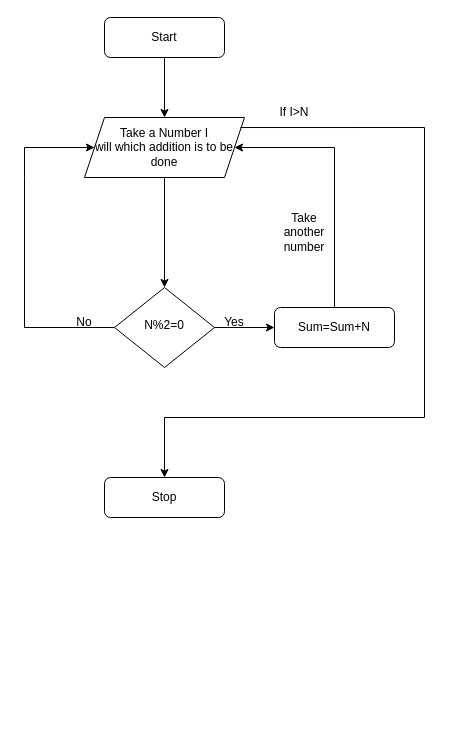
Before: RedmineGit/Day1/bhavik/sumofevennos.drawio in bhavik426/work, a draw.io diagram. Source tidied: cells renumbered, new cells numbered last; positions are measured from the earlier drawing's top-left corner, leaving out a move shared by most shapes. Both pictures are drawn from the tidied source at 100%, with x=0, y=0 at pixel (24, 17).
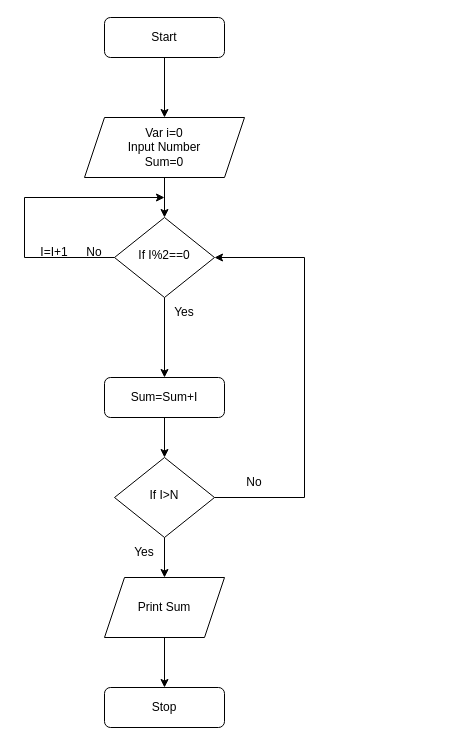
The same diagram, later.

Change to the diagram source:
```diff
@@
-    <mxCell id="3" value="N%2=0" style="rhombus;whiteSpace=wrap;html=1;shadow=0;fontFamily=Helvetica;fontSize=12;align=center;strokeWidth=1;spacing=6;spacingTop=-4;" parent="1" vertex="1">
-      <mxGeometry x="90" y="270" width="100" height="80" as="geometry" />
+    <mxCell id="3" value="If I%2==0" style="rhombus;whiteSpace=wrap;html=1;shadow=0;fontFamily=Helvetica;fontSize=12;align=center;strokeWidth=1;spacing=6;spacingTop=-4;" parent="1" vertex="1">
+      <mxGeometry x="90" y="200" width="100" height="80" as="geometry" />
     </mxCell>
     <mxCell id="4" value="Stop" style="rounded=1;whiteSpace=wrap;html=1;fontSize=12;glass=0;strokeWidth=1;shadow=0;" parent="1" vertex="1">
-      <mxGeometry x="80" y="460" width="120" height="40" as="geometry" />
+      <mxGeometry x="80" y="670" width="120" height="40" as="geometry" />
     </mxCell>
-    <mxCell id="5" value="Sum=Sum+N" style="rounded=1;whiteSpace=wrap;html=1;fontSize=12;glass=0;strokeWidth=1;shadow=0;" parent="1" vertex="1">
-      <mxGeometry x="250" y="290" width="120" height="40" as="geometry" />
+    <mxCell id="5" value="Sum=Sum+I" style="rounded=1;whiteSpace=wrap;html=1;fontSize=12;glass=0;strokeWidth=1;shadow=0;" parent="1" vertex="1">
+      <mxGeometry x="80" y="360" width="120" height="40" as="geometry" />
     </mxCell>
-    <mxCell id="6" value="Take a Number I&lt;br&gt;will which addition is to be done" style="shape=parallelogram;perimeter=parallelogramPerimeter;whiteSpace=wrap;html=1;fixedSize=1;" parent="1" vertex="1">
+    <mxCell id="6" value="Var i=0&lt;br&gt;Input Number&lt;br&gt;Sum=0" style="shape=parallelogram;perimeter=parallelogramPerimeter;whiteSpace=wrap;html=1;fixedSize=1;" parent="1" vertex="1">
       <mxGeometry x="60" y="100" width="160" height="60" as="geometry" />
     </mxCell>
@@
-    <mxCell id="9" style="endArrow=classic;html=1;rounded=0;exitX=0.5;exitY=0;exitDx=0;exitDy=0;entryX=1;entryY=0.5;entryDx=0;entryDy=0;" parent="1" edge="1" source="5" target="6">
-      <mxGeometry relative="1" as="geometry">
-        <Array as="points">
-          <mxPoint x="310" y="130" />
-        </Array>
-      </mxGeometry>
-    </mxCell>
-    <mxCell id="10" style="endArrow=classic;html=1;rounded=0;exitX=1;exitY=0.5;exitDx=0;exitDy=0;entryX=0;entryY=0.5;entryDx=0;entryDy=0;" parent="1" edge="1" source="3" target="5">
+    <mxCell id="10" style="endArrow=classic;html=1;rounded=0;exitX=0.5;exitY=1;exitDx=0;exitDy=0;entryX=0.5;entryY=0;entryDx=0;entryDy=0;" parent="1" edge="1" source="3" target="5">
       <mxGeometry relative="1" as="geometry" />
     </mxCell>
     <mxCell id="11" value="Yes" style="text;html=1;strokeColor=none;fillColor=none;align=center;verticalAlign=middle;whiteSpace=wrap;rounded=0;" parent="1" vertex="1">
-      <mxGeometry x="180" y="290" width="60" height="30" as="geometry" />
+      <mxGeometry x="130" y="280" width="60" height="30" as="geometry" />
     </mxCell>
-    <mxCell id="12" style="endArrow=classic;html=1;rounded=0;exitX=0;exitY=0.5;exitDx=0;exitDy=0;entryX=0;entryY=0.5;entryDx=0;entryDy=0;" parent="1" edge="1" source="3" target="6">
+    <mxCell id="12" style="endArrow=classic;html=1;rounded=0;exitX=0;exitY=0.5;exitDx=0;exitDy=0;" parent="1" edge="1" source="3">
       <mxGeometry relative="1" as="geometry">
+        <mxPoint x="140" y="180" as="targetPoint" />
         <Array as="points">
-          <mxPoint y="310" />
-          <mxPoint y="160" />
-          <mxPoint y="130" />
+          <mxPoint y="240" />
+          <mxPoint y="180" />
         </Array>
       </mxGeometry>
     </mxCell>
-    <mxCell id="13" value="No" style="text;html=1;strokeColor=none;fillColor=none;align=center;verticalAlign=middle;whiteSpace=wrap;rounded=0;" parent="1" vertex="1">
-      <mxGeometry x="30" y="290" width="60" height="30" as="geometry" />
+    <mxCell id="13" value="I=I+1" style="text;html=1;strokeColor=none;fillColor=none;align=center;verticalAlign=middle;whiteSpace=wrap;rounded=0;" parent="1" vertex="1">
+      <mxGeometry y="220" width="60" height="30" as="geometry" />
     </mxCell>
-    <mxCell id="14" style="endArrow=classic;html=1;rounded=0;exitX=0.975;exitY=0.167;exitDx=0;exitDy=0;exitPerimeter=0;entryX=0.5;entryY=0;entryDx=0;entryDy=0;" parent="1" edge="1" source="6" target="4">
-      <mxGeometry relative="1" as="geometry">
-        <Array as="points">
-          <mxPoint x="400" y="110" />
-          <mxPoint x="400" y="400" />
-          <mxPoint x="140" y="400" />
-        </Array>
-      </mxGeometry>
-    </mxCell>
+    <mxCell id="17" value="Print Sum" style="shape=parallelogram;perimeter=parallelogramPerimeter;whiteSpace=wrap;html=1;fixedSize=1;" parent="1" vertex="1">
+      <mxGeometry x="80" y="560" width="120" height="60" as="geometry" />
+    </mxCell>
+    <mxCell id="18" style="endArrow=classic;html=1;rounded=0;exitX=0.5;exitY=1;exitDx=0;exitDy=0;entryX=0.5;entryY=0;entryDx=0;entryDy=0;entryPerimeter=0;" parent="1" edge="1" source="17" target="4">
+      <mxGeometry relative="1" as="geometry" />
+    </mxCell>
-    <mxCell id="15" value="If I&amp;gt;N" style="text;html=1;strokeColor=none;fillColor=none;align=center;verticalAlign=middle;whiteSpace=wrap;rounded=0;" parent="1" vertex="1">
-      <mxGeometry x="240" y="80" width="60" height="30" as="geometry" />
+    <mxCell id="15" value="If I&amp;gt;N" style="rhombus;whiteSpace=wrap;html=1;shadow=0;fontFamily=Helvetica;fontSize=12;align=center;strokeWidth=1;spacing=6;spacingTop=-4;" parent="1" vertex="1">
+      <mxGeometry x="90" y="440" width="100" height="80" as="geometry" />
     </mxCell>
-    <mxCell id="16" value="Take another number" style="text;html=1;strokeColor=none;fillColor=none;align=center;verticalAlign=middle;whiteSpace=wrap;rounded=0;" parent="1" vertex="1">
-      <mxGeometry x="250" y="200" width="60" height="30" as="geometry" />
-    </mxCell>
+    <mxCell id="19" style="endArrow=classic;html=1;rounded=0;exitX=0.5;exitY=1;exitDx=0;exitDy=0;entryX=0.5;entryY=0;entryDx=0;entryDy=0;" parent="1" edge="1" source="5" target="15">
+      <mxGeometry relative="1" as="geometry" />
+    </mxCell>
+    <mxCell id="20" style="endArrow=classic;html=1;rounded=0;exitX=1;exitY=0.5;exitDx=0;exitDy=0;entryX=1;entryY=0.5;entryDx=0;entryDy=0;" parent="1" edge="1" source="15" target="3">
+      <mxGeometry relative="1" as="geometry">
+        <Array as="points">
+          <mxPoint x="280" y="480" />
+          <mxPoint x="280" y="240" />
+        </Array>
+      </mxGeometry>
+    </mxCell>
+    <mxCell id="21" style="endArrow=classic;html=1;rounded=0;exitX=0.5;exitY=1;exitDx=0;exitDy=0;entryX=0.5;entryY=0;entryDx=0;entryDy=0;" parent="1" edge="1" source="15" target="17">
+      <mxGeometry relative="1" as="geometry" />
+    </mxCell>
+    <mxCell id="22" value="No" style="text;html=1;strokeColor=none;fillColor=none;align=center;verticalAlign=middle;whiteSpace=wrap;rounded=0;" parent="1" vertex="1">
+      <mxGeometry x="40" y="220" width="60" height="30" as="geometry" />
+    </mxCell>
+    <mxCell id="23" value="No" style="text;html=1;strokeColor=none;fillColor=none;align=center;verticalAlign=middle;whiteSpace=wrap;rounded=0;" parent="1" vertex="1">
+      <mxGeometry x="200" y="450" width="60" height="30" as="geometry" />
+    </mxCell>
+    <mxCell id="24" value="Yes" style="text;html=1;strokeColor=none;fillColor=none;align=center;verticalAlign=middle;whiteSpace=wrap;rounded=0;" parent="1" vertex="1">
+      <mxGeometry x="90" y="520" width="60" height="30" as="geometry" />
+    </mxCell>
```
